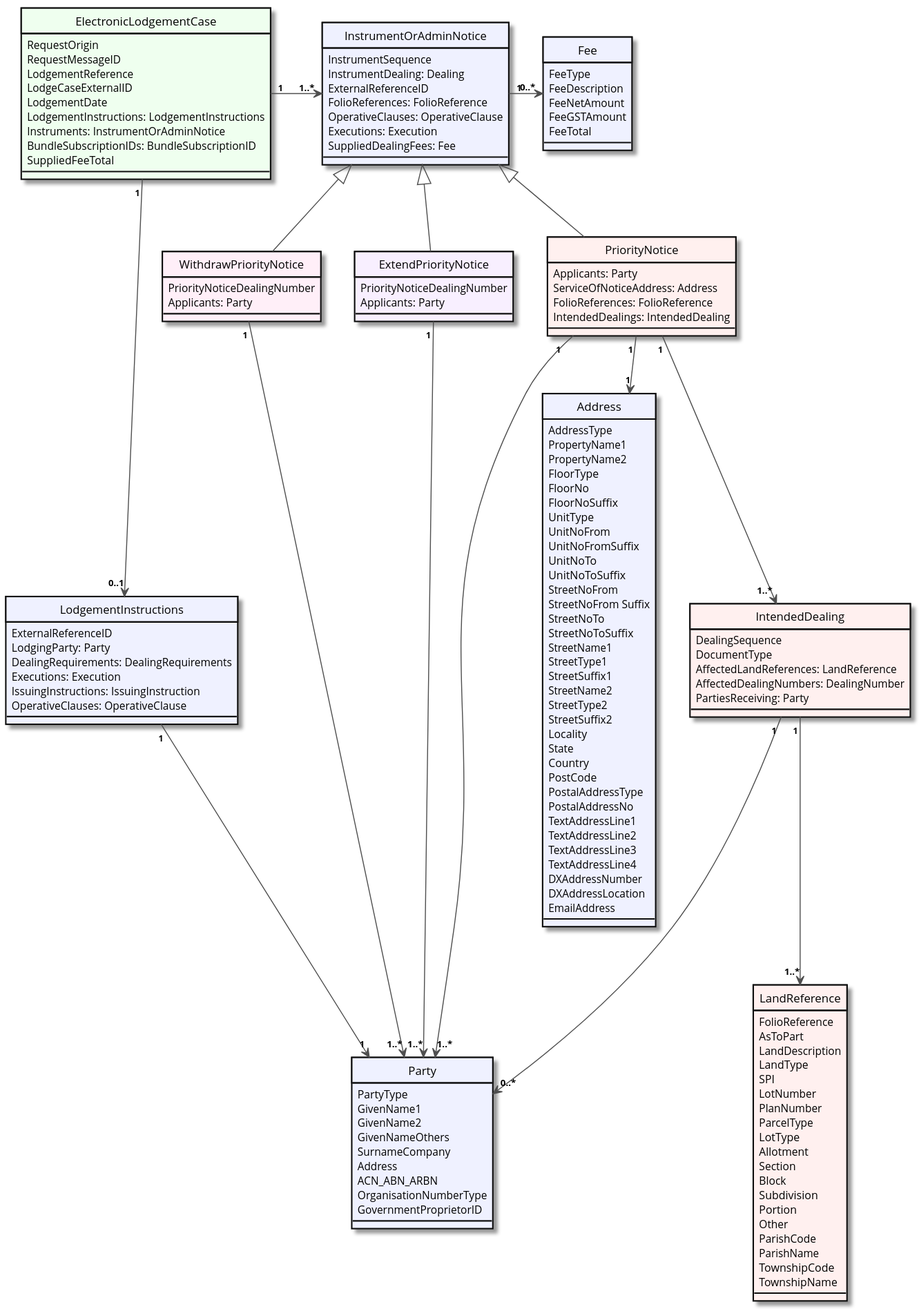
This is images/electronic-lodgement-case.svg from mrpeel/priority-notices-plantuml, a PlantUML export, as it was before one commit. Its source is kept beside it as puml/electronic-lodgement-case.puml.
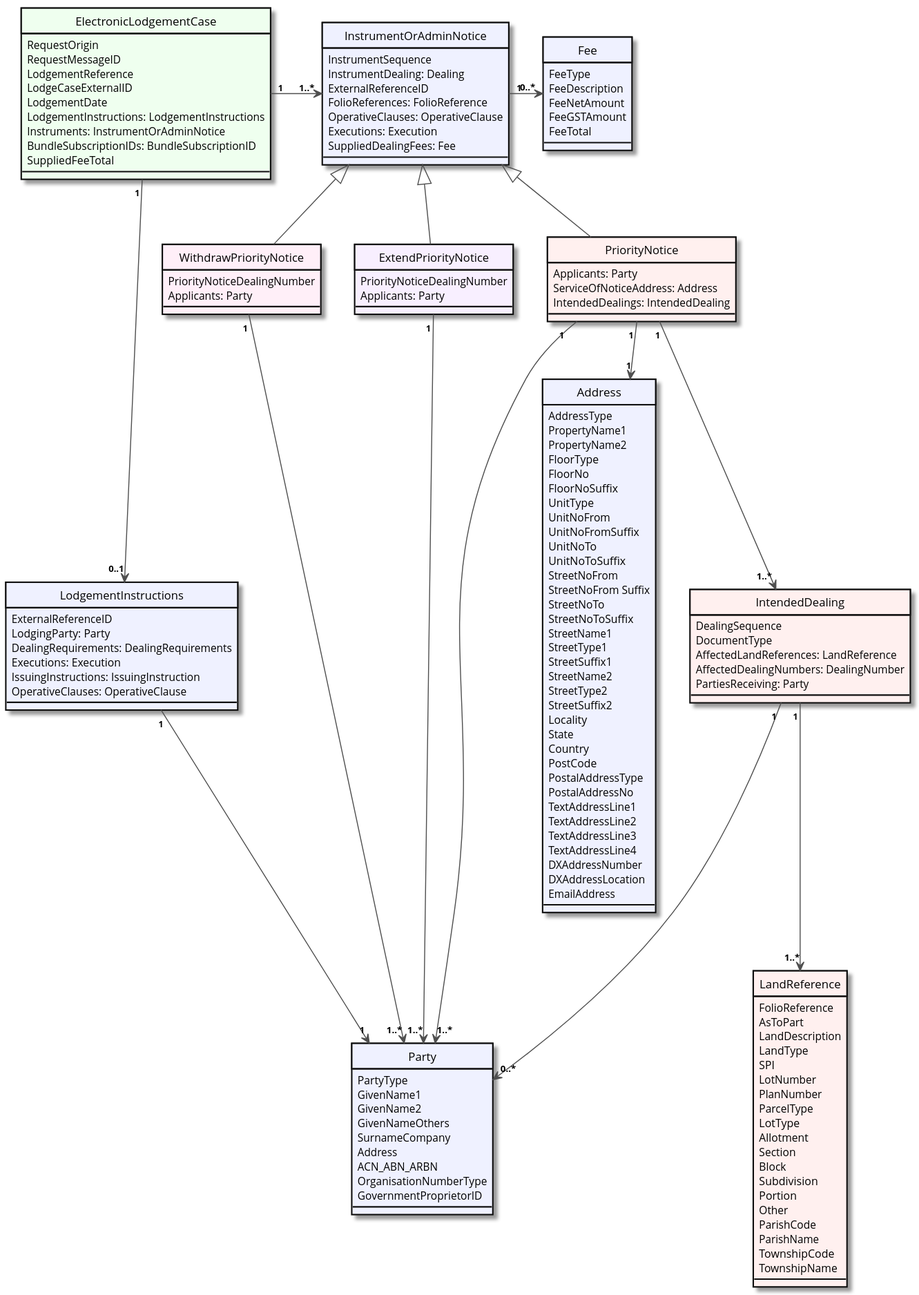
The same diagram one commit later.

Commit message:
Remove folio references from priority notice structure (already in main structure)

What changed in the source:
```diff
@@ -1,4 +1,5 @@
 @startuml
+
 skinparam defaultFontName Open Sans
 skinparam classBorderColor 0F0F0F
 skinparam classArrowColor 4F4F4F
@@ -99,7 +100,6 @@
 class PriorityNotice #FFF0EF {
   Applicants: Party
   ServiceOfNoticeAddress: Address
-  FolioReferences: FolioReference
   IntendedDealings: IntendedDealing
 }
 
```
